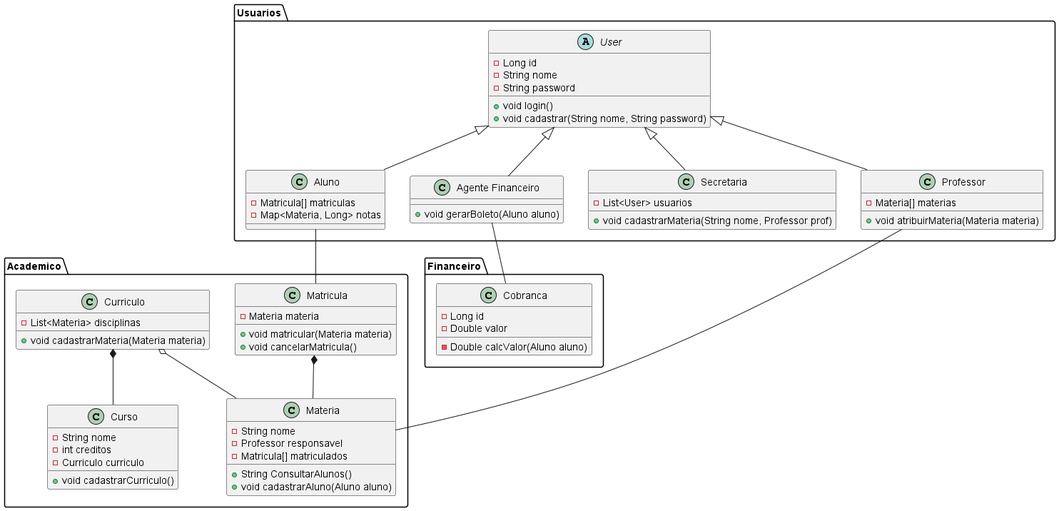
This is Projeto/DiagramaDeClasse/diagramaDeClasse.png from Lucas-FV/LAB01_DesenvolvimentoDeSoftware, a PlantUML export, as it was before one commit.
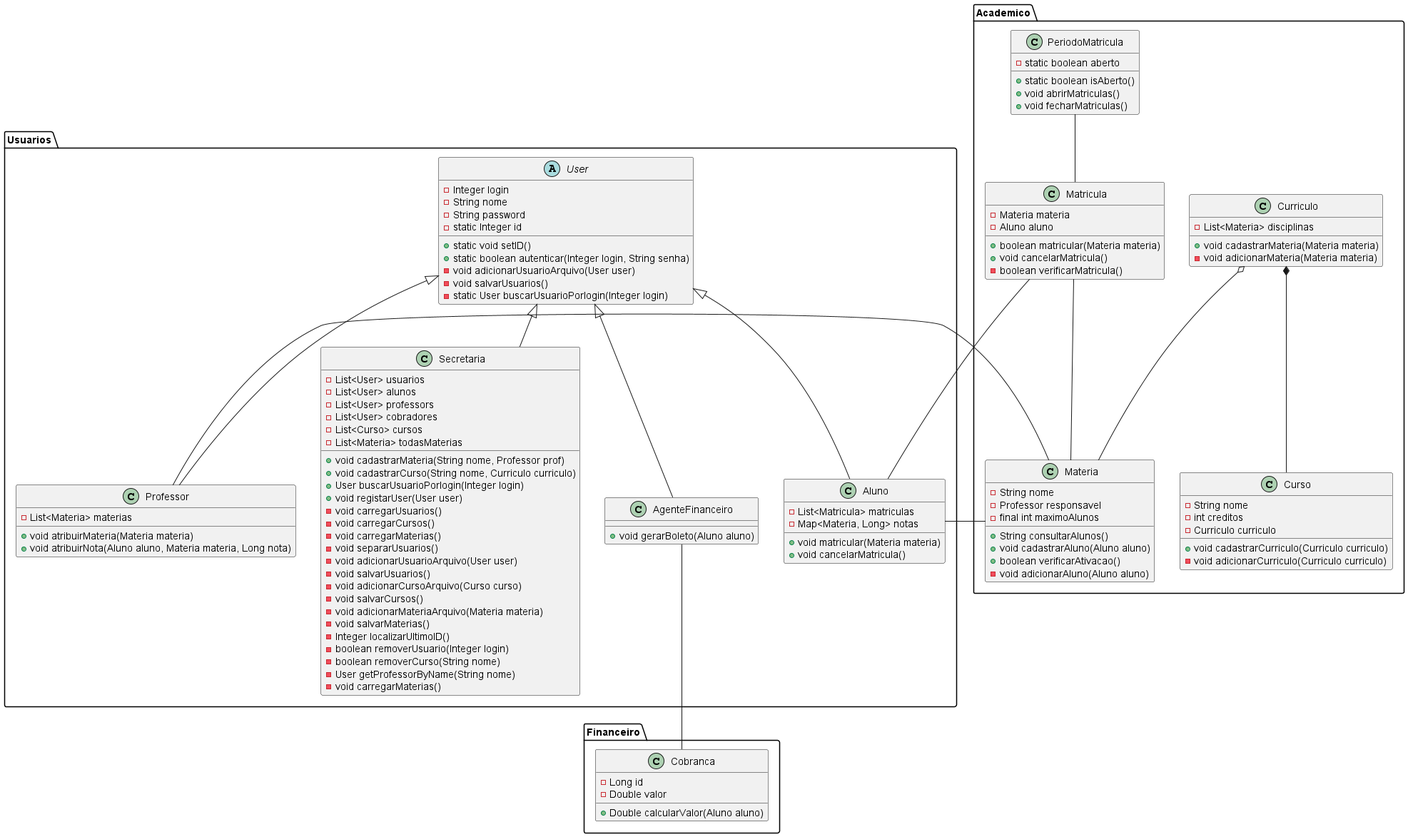
After the change.

Commit message:
Diagrama de classe update

What changed in the source:
```diff
@@ -1,90 +1,126 @@
 @startuml diagramaDeClasse
 
+package "Usuarios" {
+    User <|-- Aluno
+    User <|-- Professor
+    User <|-- Secretaria
+    User <|-- AgenteFinanceiro
 
-package "Usuarios"{
-    User <|-- Aluno
-    User <|-- Prof
-    User <|-- Sec
-    User <|-- Cobrador
-
-    abstract class "User"{
-        -Long id
-        -String nome
-        -String password
-
-        +void login()
-        +void cadastrar(String nome, String password)
+    abstract class "User" {
+        - Integer login
+        - String nome
+        - String password
+        - static Integer id
+        + static void setID()
+        + static boolean autenticar(Integer login, String senha)
+        - void adicionarUsuarioArquivo(User user)
+        - void salvarUsuarios()
+        - static User buscarUsuarioPorlogin(Integer login)
     }
 
-    class "Aluno"{
-        -Matricula[] matriculas
-        -Map<Materia, Long> notas
+    class "Aluno" {
+        - List<Matricula> matriculas
+        - Map<Materia, Long> notas
+        + void matricular(Materia materia)
+        + void cancelarMatricula()
     }
 
-    class "Professor" as Prof{
-        -Materia[] materias
-        +void atribuirMateria(Materia materia)
+    class "Professor" {
+        - List<Materia> materias
+        + void atribuirMateria(Materia materia)
+        + void atribuirNota(Aluno aluno, Materia materia, Long nota)
     }
 
-    class "Secretaria" as Sec{
-        -List<User> usuarios
-
-        +void cadastrarMateria(String nome, Professor prof)
+    class "Secretaria" {
+        - List<User> usuarios
+        - List<User> alunos
+        - List<User> professors
+        - List<User> cobradores
+        - List<Curso> cursos
+        - List<Materia> todasMaterias
+        + void cadastrarMateria(String nome, Professor prof)
+        + void cadastrarCurso(String nome, Curriculo curriculo)
+        + User buscarUsuarioPorlogin(Integer login)
+        + void registarUser(User user)
+        - void carregarUsuarios()
+        - void carregarCursos()
+        - void carregarMaterias()
+        - void separarUsuarios()
+        - void adicionarUsuarioArquivo(User user)
+        - void salvarUsuarios()
+        - void adicionarCursoArquivo(Curso curso)
+        - void salvarCursos()
+        - void adicionarMateriaArquivo(Materia materia)
+        - void salvarMaterias()
+        - Integer localizarUltimoID()
+        - boolean removerUsuario(Integer login)
+        - boolean removerCurso(String nome)
+        - User getProfessorByName(String nome)
+        - void carregarMaterias()
     }
 
-    class "Agente Financeiro" as Cobrador{
-        +void gerarBoleto(Aluno aluno)
-    }
-
-}
-
-package "Academico"{
-    Matricula *-- Materia
-    Materia -- Prof
-    Aluno -- Matricula
-    Curriculo *-- Curso
-    Curriculo o-- Materia
-
-    class "Materia" {
-        -String nome
-        -Professor responsavel
-        -Matricula[] matriculados
-
-        +String ConsultarAlunos()
-        +void cadastrarAluno(Aluno aluno)
-    }
-
-    class "Matricula"{
-        -Materia materia
-
-        +void matricular(Materia materia)
-        +void cancelarMatricula()
-    }
-
-    class "Curso"{
-        -String nome
-        -int creditos
-        -Curriculo curriculo
-
-        +void cadastrarCurriculo()
-    }
-
-    class "Curriculo"{
-        -List<Materia> disciplinas
-        +void cadastrarMateria(Materia materia)
+    class "AgenteFinanceiro" {
+        + void gerarBoleto(Aluno aluno)
     }
 }
 
-package "Financeiro"{
-    Cobrador -- Cobranca
+package "Academico" {
+    Materia -- Professor
+    Aluno -- Materia
+    Curriculo *-- Curso
+    Curriculo o-- Materia
+    Matricula -- Aluno
+    Matricula -- Materia
+    PeriodoMatricula -- Matricula
 
-    class "Cobranca"{
-        -Long id
-        -Double valor
+    class "Materia" {
+        - String nome
+        - Professor responsavel
+        - final int maximoAlunos
+        + String consultarAlunos()
+        + void cadastrarAluno(Aluno aluno)
+        + boolean verificarAtivacao()
+        - void adicionarAluno(Aluno aluno)
+    }
 
-        -Double calcValor(Aluno aluno)
+    class "Curso" {
+        - String nome
+        - int creditos
+        - Curriculo curriculo
+        + void cadastrarCurriculo(Curriculo curriculo)
+        - void adicionarCurriculo(Curriculo curriculo)
+    }
+
+    class "Curriculo" {
+        - List<Materia> disciplinas
+        + void cadastrarMateria(Materia materia)
+        - void adicionarMateria(Materia materia)
+    }
+
+    class "Matricula" {
+        - Materia materia
+        - Aluno aluno
+        + boolean matricular(Materia materia)
+        + void cancelarMatricula()
+        - boolean verificarMatricula()
+    }
+
+    class "PeriodoMatricula" {
+        - static boolean aberto
+        + static boolean isAberto()
+        + void abrirMatriculas()
+        + void fecharMatriculas()
     }
 }
 
+package "Financeiro" {
+    AgenteFinanceiro -- Cobranca
+
+    class "Cobranca" {
+        - Long id
+        - Double valor
+        + Double calcularValor(Aluno aluno)
+    }
+}
 
 @enduml
```
